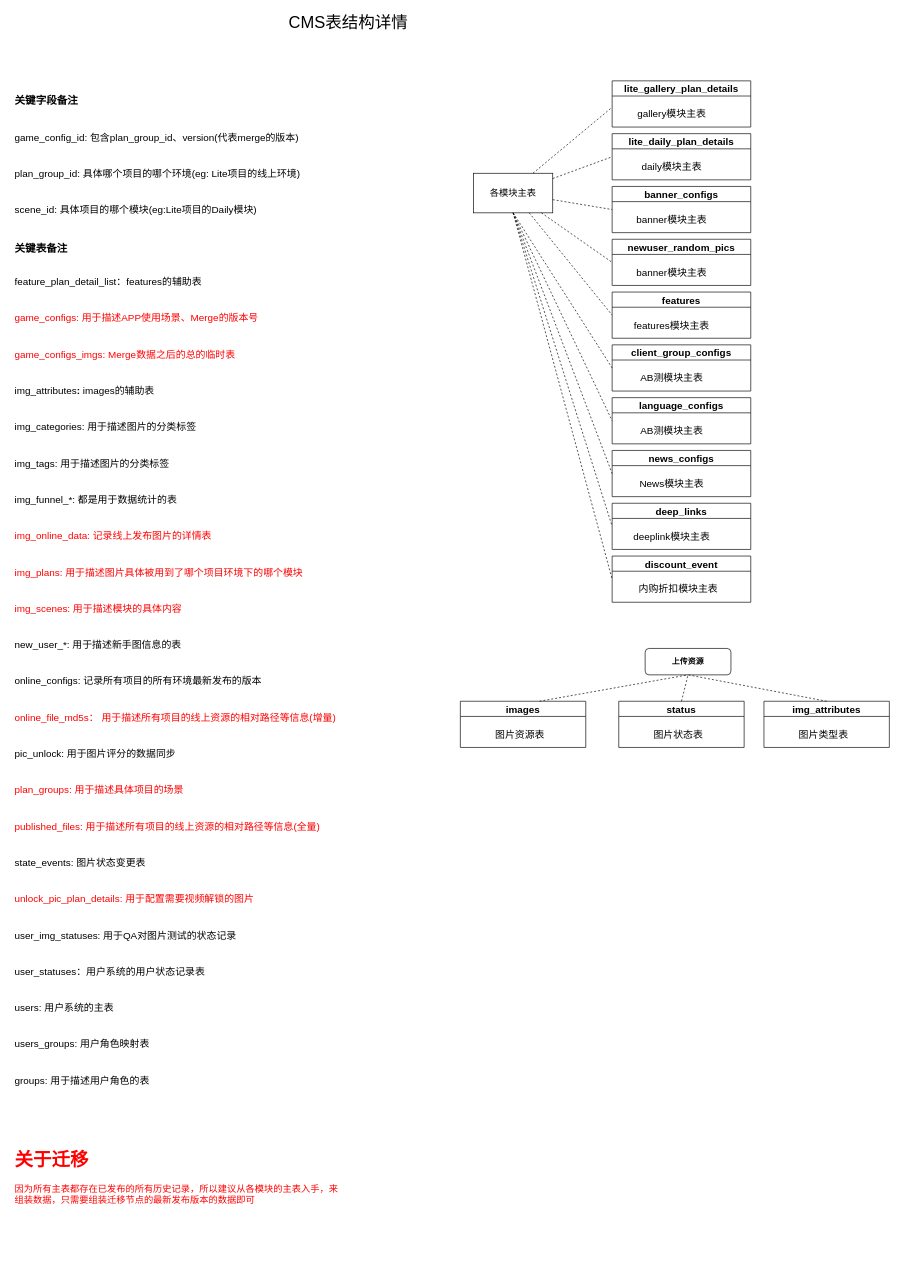
Earlier version of the draw.io diagram cms-chart.drawio (zhoushiyurop/work-dd). Source tidied: cells renumbered, new cells numbered last; positions are measured from the earlier drawing's top-left corner, leaving out a move shared by most shapes. Both pictures are drawn from the tidied source at 66%, with x=0, y=0 at pixel (11, 15).
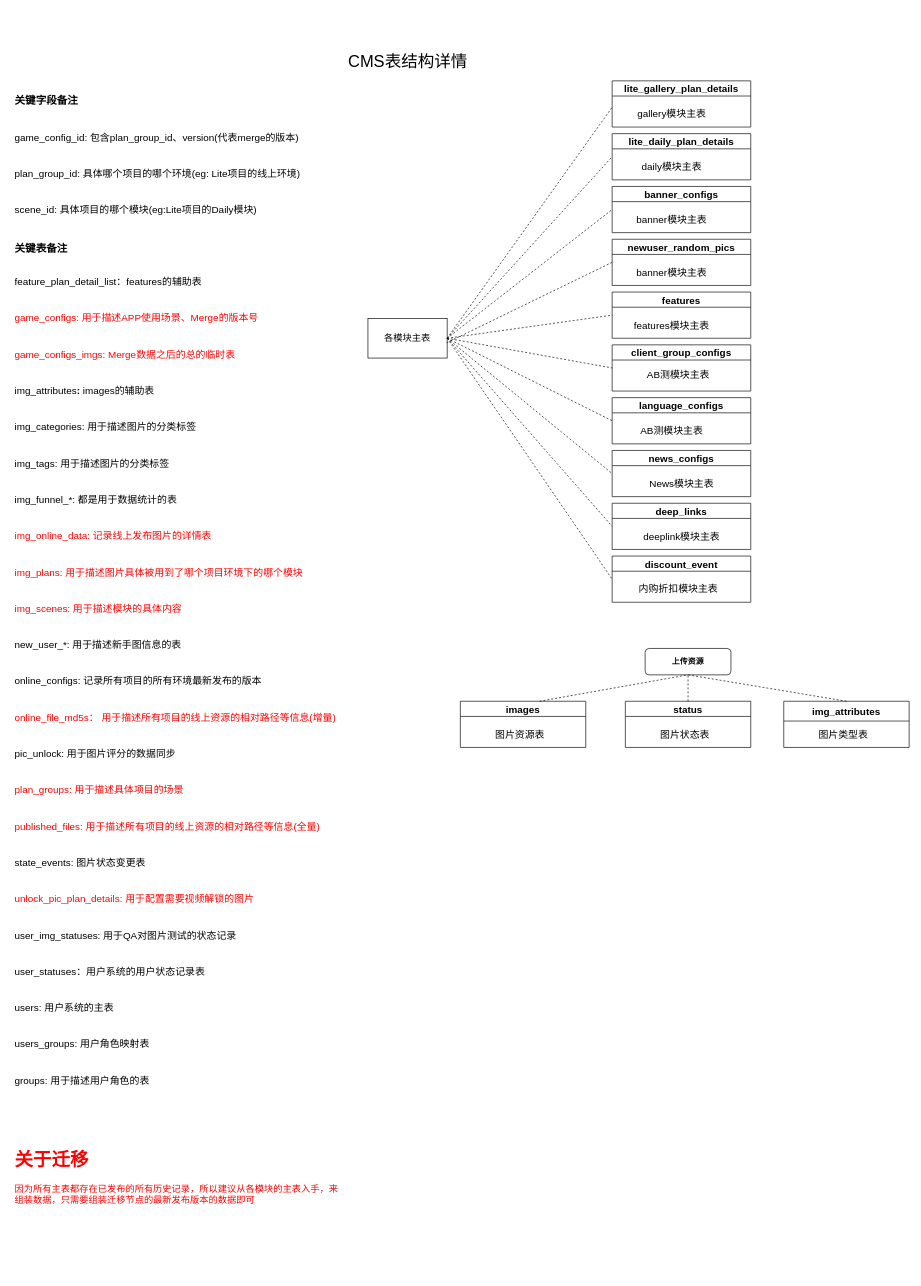
The same diagram, later.

The change refers to these unchanged cells:
```xml
<mxCell id="22" value="lite_daily_plan_details" style="swimlane;fontSize=15;" parent="1" vertex="1">
  <mxGeometry x="910" y="180" width="210" height="70" as="geometry" />
</mxCell>
<mxCell id="24" value="banner_configs" style="swimlane;fontSize=15;" parent="1" vertex="1">
  <mxGeometry x="910" y="260" width="210" height="70" as="geometry" />
</mxCell>
<mxCell id="26" value="features" style="swimlane;fontSize=15;" parent="1" vertex="1">
  <mxGeometry x="910" y="420" width="210" height="70" as="geometry" />
</mxCell>
<mxCell id="28" value="newuser_random_pics" style="swimlane;fontSize=15;" parent="1" vertex="1">
  <mxGeometry x="910" y="340" width="210" height="70" as="geometry" />
</mxCell>
<mxCell id="30" value="client_group_configs" style="swimlane;fontSize=15;" parent="1" vertex="1">
  <mxGeometry x="910" y="500" width="210" height="70" as="geometry" />
</mxCell>
<mxCell id="33" value="language_configs" style="swimlane;fontSize=15;" parent="1" vertex="1">
  <mxGeometry x="910" y="580" width="210" height="70" as="geometry" />
</mxCell>
<mxCell id="36" value="news_configs" style="swimlane;fontSize=15;" parent="1" vertex="1">
  <mxGeometry x="910" y="660" width="210" height="70" as="geometry" />
</mxCell>
<mxCell id="39" value="deep_links" style="swimlane;fontSize=15;" parent="1" vertex="1">
  <mxGeometry x="910" y="740" width="210" height="70" as="geometry" />
</mxCell>
<mxCell id="42" value="discount_event" style="swimlane;fontSize=15;" parent="1" vertex="1">
  <mxGeometry x="910" y="820" width="210" height="70" as="geometry" />
</mxCell>
```

What changed in the source:
```diff
@@
     <mxCell id="3" value="&lt;font style=&quot;font-size: 25px;&quot;&gt;CMS表结构详情&lt;/font&gt;" style="text;html=1;align=center;verticalAlign=middle;strokeColor=none;fillColor=none;" parent="1" vertex="1">
-      <mxGeometry x="410" width="200" height="20" as="geometry" />
+      <mxGeometry x="500" y="60" width="200" height="20" as="geometry" />
     </mxCell>
@@
     <mxCell id="7" value="status" style="swimlane;fontSize=15;" parent="1" vertex="1">
-      <mxGeometry x="920" y="1040" width="190" height="70" as="geometry" />
+      <mxGeometry x="930" y="1040" width="190" height="70" as="geometry" />
     </mxCell>
@@
-    <mxCell id="9" value="img_attributes" style="swimlane;fontSize=15;" parent="1" vertex="1">
-      <mxGeometry x="1140" y="1040" width="190" height="70" as="geometry" />
+    <mxCell id="9" value="img_attributes" style="swimlane;fontSize=15;startSize=30;" parent="1" vertex="1">
+      <mxGeometry x="1170" y="1040" width="190" height="70" as="geometry" />
     </mxCell>
@@
     <mxCell id="14" value="各模块主表" style="rounded=0;whiteSpace=wrap;html=1;fontSize=14;" parent="1" vertex="1">
-      <mxGeometry x="700" y="240" width="120" height="60" as="geometry" />
+      <mxGeometry x="540" y="460" width="120" height="60" as="geometry" />
     </mxCell>
-    <mxCell id="15" style="endArrow=none;dashed=1;html=1;rounded=0;fontSize=14;exitX=0.75;exitY=0;exitDx=0;exitDy=0;" parent="1" edge="1" source="14">
+    <mxCell id="15" style="endArrow=none;dashed=1;html=1;rounded=0;fontSize=14;exitX=1;exitY=0.5;exitDx=0;exitDy=0;" parent="1" edge="1" source="14">
       <mxGeometry relative="1" as="geometry">
         <mxPoint x="910" y="140" as="targetPoint" />
       </mxGeometry>
     </mxCell>
-    <mxCell id="16" style="endArrow=none;dashed=1;html=1;rounded=0;fontSize=14;entryX=0;entryY=0.5;entryDx=0;entryDy=0;" parent="1" edge="1" source="14" target="22">
+    <mxCell id="16" style="endArrow=none;dashed=1;html=1;rounded=0;fontSize=14;entryX=0;entryY=0.5;entryDx=0;entryDy=0;exitX=1;exitY=0.5;exitDx=0;exitDy=0;" parent="1" edge="1" source="14" target="22">
       <mxGeometry relative="1" as="geometry" />
     </mxCell>
-    <mxCell id="17" style="endArrow=none;dashed=1;html=1;rounded=0;fontSize=14;entryX=0;entryY=0.5;entryDx=0;entryDy=0;" parent="1" edge="1" source="14" target="24">
+    <mxCell id="17" style="endArrow=none;dashed=1;html=1;rounded=0;fontSize=14;entryX=0;entryY=0.5;entryDx=0;entryDy=0;exitX=1;exitY=0.5;exitDx=0;exitDy=0;" parent="1" edge="1" source="14" target="24">
       <mxGeometry relative="1" as="geometry" />
     </mxCell>
-    <mxCell id="18" style="endArrow=none;dashed=1;html=1;rounded=0;fontSize=14;entryX=0;entryY=0.5;entryDx=0;entryDy=0;" parent="1" edge="1" source="14" target="28">
+    <mxCell id="18" style="endArrow=none;dashed=1;html=1;rounded=0;fontSize=14;entryX=0;entryY=0.5;entryDx=0;entryDy=0;exitX=0.992;exitY=0.617;exitDx=0;exitDy=0;exitPerimeter=0;" parent="1" edge="1" source="14" target="28">
       <mxGeometry relative="1" as="geometry" />
     </mxCell>
-    <mxCell id="19" style="endArrow=none;dashed=1;html=1;rounded=0;fontSize=14;entryX=0;entryY=0.5;entryDx=0;entryDy=0;" parent="1" edge="1" source="14" target="26">
+    <mxCell id="19" style="endArrow=none;dashed=1;html=1;rounded=0;fontSize=14;entryX=0;entryY=0.5;entryDx=0;entryDy=0;exitX=1;exitY=0.5;exitDx=0;exitDy=0;" parent="1" edge="1" source="14" target="26">
       <mxGeometry relative="1" as="geometry" />
     </mxCell>
@@
     <mxCell id="31" value="&lt;div style=&quot;text-align: left;&quot;&gt;&lt;span style=&quot;background-color: initial;&quot;&gt;AB测模块主表&lt;/span&gt;&lt;/div&gt;" style="text;html=1;align=center;verticalAlign=middle;strokeColor=none;fillColor=none;fontSize=15;" parent="30" vertex="1">
-      <mxGeometry x="35" y="40" width="110" height="20" as="geometry" />
+      <mxGeometry x="45" y="35" width="110" height="20" as="geometry" />
     </mxCell>
-    <mxCell id="32" style="endArrow=none;dashed=1;html=1;rounded=0;fontSize=14;entryX=0;entryY=0.5;entryDx=0;entryDy=0;exitX=0.5;exitY=1;exitDx=0;exitDy=0;" parent="1" edge="1" source="14" target="30">
+    <mxCell id="32" style="endArrow=none;dashed=1;html=1;rounded=0;fontSize=14;entryX=0;entryY=0.5;entryDx=0;entryDy=0;exitX=1;exitY=0.5;exitDx=0;exitDy=0;" parent="1" edge="1" source="14" target="30">
       <mxGeometry relative="1" as="geometry" />
     </mxCell>
@@
-    <mxCell id="35" style="endArrow=none;dashed=1;html=1;rounded=0;fontSize=14;entryX=0;entryY=0.5;entryDx=0;entryDy=0;exitX=0.5;exitY=1;exitDx=0;exitDy=0;" parent="1" edge="1" source="14" target="33">
+    <mxCell id="35" style="endArrow=none;dashed=1;html=1;rounded=0;fontSize=14;entryX=0;entryY=0.5;entryDx=0;entryDy=0;exitX=1;exitY=0.5;exitDx=0;exitDy=0;" parent="1" edge="1" source="14" target="33">
       <mxGeometry relative="1" as="geometry" />
     </mxCell>
@@
     <mxCell id="37" value="&lt;div style=&quot;text-align: left;&quot;&gt;&lt;span style=&quot;background-color: initial;&quot;&gt;News模块主表&lt;/span&gt;&lt;/div&gt;" style="text;html=1;align=center;verticalAlign=middle;strokeColor=none;fillColor=none;fontSize=15;" parent="36" vertex="1">
-      <mxGeometry x="35" y="40" width="110" height="20" as="geometry" />
+      <mxGeometry x="50" y="40" width="110" height="20" as="geometry" />
     </mxCell>
-    <mxCell id="38" style="endArrow=none;dashed=1;html=1;rounded=0;fontSize=14;entryX=0;entryY=0.5;entryDx=0;entryDy=0;exitX=0.5;exitY=1;exitDx=0;exitDy=0;" parent="1" edge="1" source="14" target="36">
+    <mxCell id="38" style="endArrow=none;dashed=1;html=1;rounded=0;fontSize=14;entryX=0;entryY=0.5;entryDx=0;entryDy=0;exitX=1;exitY=0.5;exitDx=0;exitDy=0;" parent="1" edge="1" source="14" target="36">
       <mxGeometry relative="1" as="geometry" />
     </mxCell>
@@
     <mxCell id="40" value="&lt;div style=&quot;text-align: left;&quot;&gt;&lt;span style=&quot;background-color: initial;&quot;&gt;deeplink模块主表&lt;/span&gt;&lt;/div&gt;" style="text;html=1;align=center;verticalAlign=middle;strokeColor=none;fillColor=none;fontSize=15;" parent="39" vertex="1">
-      <mxGeometry x="25" y="40" width="130" height="20" as="geometry" />
+      <mxGeometry x="40" y="40" width="130" height="20" as="geometry" />
     </mxCell>
-    <mxCell id="41" style="endArrow=none;dashed=1;html=1;rounded=0;fontSize=14;entryX=0;entryY=0.5;entryDx=0;entryDy=0;" parent="1" edge="1" target="39">
-      <mxGeometry relative="1" as="geometry">
-        <mxPoint x="760" y="300" as="sourcePoint" />
-      </mxGeometry>
+    <mxCell id="41" style="endArrow=none;dashed=1;html=1;rounded=0;fontSize=14;entryX=0;entryY=0.5;entryDx=0;entryDy=0;exitX=1;exitY=0.5;exitDx=0;exitDy=0;" parent="1" edge="1" source="14" target="39">
+      <mxGeometry relative="1" as="geometry" />
     </mxCell>
@@
-    <mxCell id="44" style="endArrow=none;dashed=1;html=1;rounded=0;fontSize=14;entryX=0;entryY=0.5;entryDx=0;entryDy=0;exitX=0.5;exitY=1;exitDx=0;exitDy=0;" parent="1" edge="1" source="14" target="42">
+    <mxCell id="44" style="endArrow=none;dashed=1;html=1;rounded=0;fontSize=14;entryX=0;entryY=0.5;entryDx=0;entryDy=0;exitX=1;exitY=0.5;exitDx=0;exitDy=0;" parent="1" edge="1" source="14" target="42">
       <mxGeometry relative="1" as="geometry" />
     </mxCell>
```
